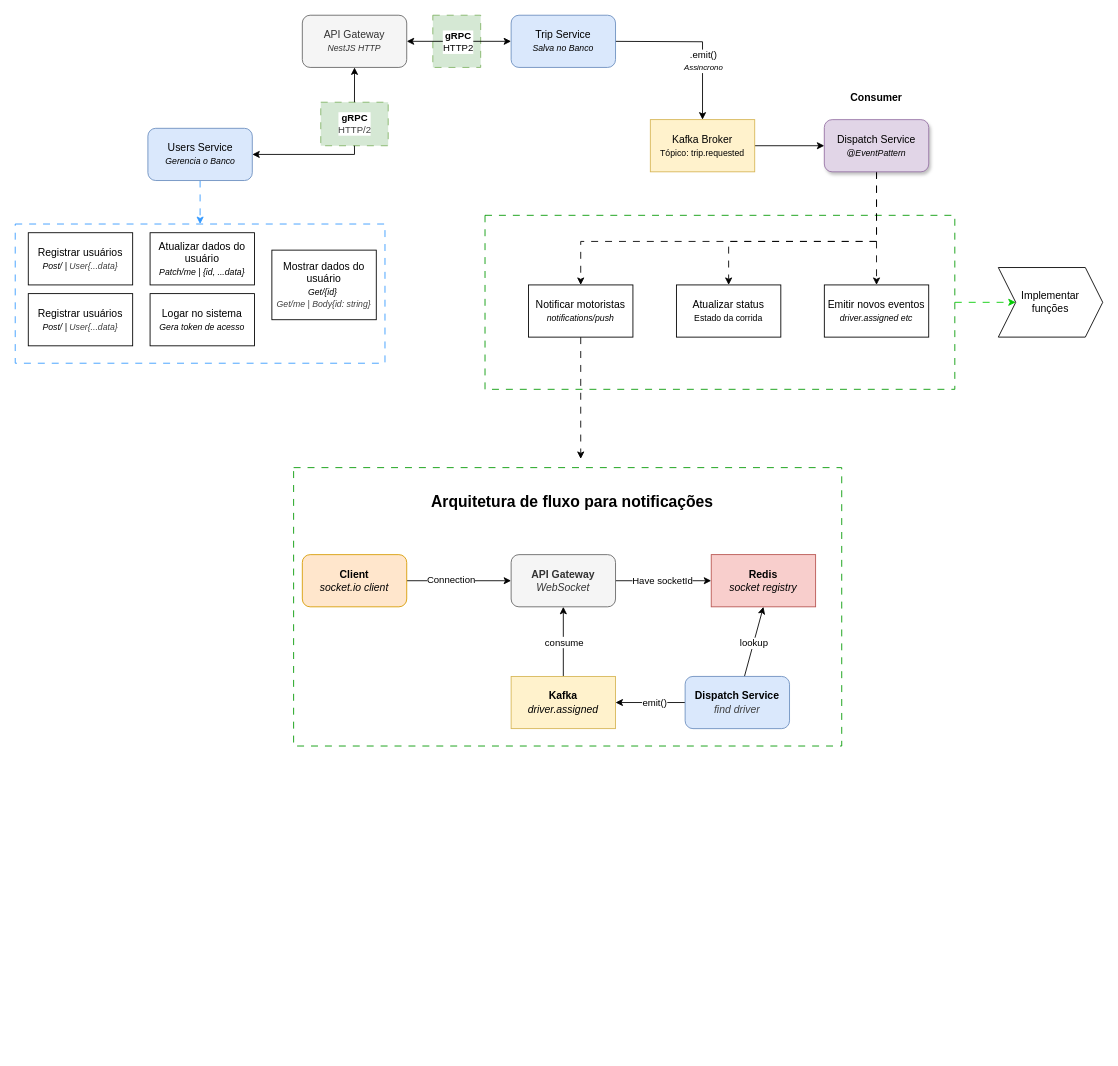
MathVans/Uber_Microsservices keeps this draw.io diagram as trip.requested.drawio. Above is the earlier version. Source tidied: cells renumbered, new cells numbered last; positions are measured from the earlier drawing's top-left corner, leaving out a move shared by most shapes. Both pictures are drawn from the tidied source at 87%, with x=0, y=0 at pixel (15, 15).
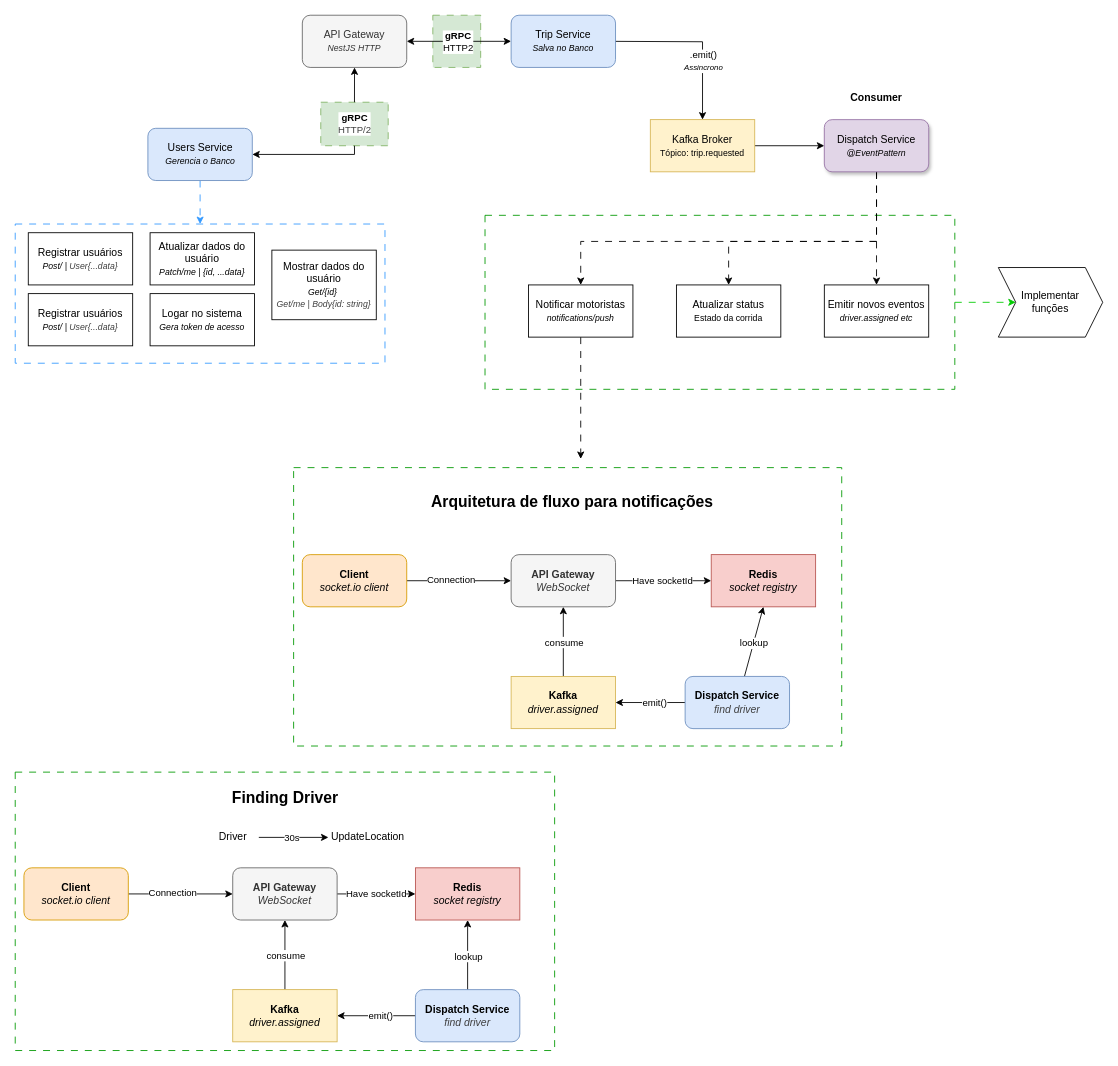
The same diagram, later.

Diff of the diagram source:
```diff
@@
+    <mxCell id="51" style="rounded=0;whiteSpace=wrap;html=1;fillColor=none;dashed=1;dashPattern=8 8;shadow=0;glass=0;perimeterSpacing=0;strokeColor=light-dark(#009900,#80FF00);strokeWidth=1;" parent="1" vertex="1">
+      <mxGeometry y="870" width="620" height="320" as="geometry" />
+    </mxCell>
+    <mxCell id="52" value="Finding Driver" style="text;html=1;align=center;verticalAlign=middle;strokeColor=none;fillColor=none;fontStyle=1;fontSize=18;" parent="1" vertex="1">
+      <mxGeometry x="240" y="880" width="140" height="40" as="geometry" />
+    </mxCell>
+    <mxCell id="53" style="edgeStyle=none;html=1;" parent="1" edge="1" source="55" target="58">
+      <mxGeometry relative="1" as="geometry" />
+    </mxCell>
+    <mxCell id="54" value="Connection" style="edgeLabel;html=1;align=center;verticalAlign=middle;labelBackgroundColor=default;" parent="53" vertex="1">
+      <mxGeometry x="-0.16" y="2" relative="1" as="geometry" />
+    </mxCell>
+    <mxCell id="55" value="&lt;b&gt;Client&lt;/b&gt;&lt;div&gt;&lt;i&gt;socket.io client&lt;/i&gt;&lt;/div&gt;" style="rounded=1;whiteSpace=wrap;html=1;fillColor=#ffe6cc;strokeColor=#d79b00;" parent="1" vertex="1">
+      <mxGeometry x="10" y="980" width="120" height="60" as="geometry" />
+    </mxCell>
+    <mxCell id="56" style="edgeStyle=none;html=1;" parent="1" edge="1" source="58" target="59">
+      <mxGeometry relative="1" as="geometry" />
+    </mxCell>
+    <mxCell id="57" value="Have socketId" style="edgeLabel;html=1;align=center;verticalAlign=middle;" parent="56" vertex="1">
+      <mxGeometry x="-0.03" y="1" relative="1" as="geometry" />
+    </mxCell>
+    <mxCell id="58" value="&lt;b&gt;API Gateway&lt;/b&gt;&lt;div&gt;&lt;i&gt;WebSocket&lt;/i&gt;&lt;/div&gt;" style="rounded=1;whiteSpace=wrap;html=1;fillColor=#f5f5f5;fontColor=#333333;strokeColor=#666666;" parent="1" vertex="1">
+      <mxGeometry x="250" y="980" width="120" height="60" as="geometry" />
+    </mxCell>
+    <mxCell id="59" value="&lt;b&gt;Redis&lt;/b&gt;&lt;div&gt;&lt;i&gt;socket registry&lt;/i&gt;&lt;/div&gt;" style="rounded=0;whiteSpace=wrap;html=1;fillColor=#f8cecc;strokeColor=#b85450;" parent="1" vertex="1">
+      <mxGeometry x="460" y="980" width="120" height="60" as="geometry" />
+    </mxCell>
+    <mxCell id="60" style="edgeStyle=none;html=1;" parent="1" edge="1" source="64" target="67">
+      <mxGeometry relative="1" as="geometry" />
+    </mxCell>
+    <mxCell id="61" value="emit()" style="edgeLabel;html=1;align=center;verticalAlign=middle;" parent="60" vertex="1">
+      <mxGeometry x="-0.1" y="-1" relative="1" as="geometry" />
+    </mxCell>
+    <mxCell id="62" style="edgeStyle=none;html=1;entryX=0.5;entryY=1;entryDx=0;entryDy=0;" parent="1" edge="1" source="64" target="59">
+      <mxGeometry relative="1" as="geometry" />
+    </mxCell>
+    <mxCell id="63" value="lookup" style="edgeLabel;html=1;align=center;verticalAlign=middle;" parent="62" vertex="1">
+      <mxGeometry x="-0.03" relative="1" as="geometry" />
+    </mxCell>
+    <mxCell id="64" value="&lt;b&gt;Dispatch Service&lt;/b&gt;&lt;div&gt;&lt;i style=&quot;color: rgb(63, 63, 63); background-color: transparent;&quot;&gt;find driver&lt;/i&gt;&lt;/div&gt;" style="rounded=1;whiteSpace=wrap;html=1;fillColor=#dae8fc;strokeColor=#6c8ebf;" parent="1" vertex="1">
+      <mxGeometry x="460" y="1120" width="120" height="60" as="geometry" />
+    </mxCell>
+    <mxCell id="65" style="edgeStyle=none;html=1;entryX=0.5;entryY=1;entryDx=0;entryDy=0;" parent="1" edge="1" source="67" target="58">
+      <mxGeometry relative="1" as="geometry" />
+    </mxCell>
+    <mxCell id="66" value="consume" style="edgeLabel;html=1;align=center;verticalAlign=middle;" parent="65" vertex="1">
+      <mxGeometry relative="1" as="geometry" />
+    </mxCell>
+    <mxCell id="67" value="&lt;b&gt;Kafka&lt;/b&gt;&lt;div&gt;&lt;i&gt;driver.assigned&lt;/i&gt;&lt;/div&gt;" style="rounded=0;whiteSpace=wrap;html=1;fillColor=#fff2cc;strokeColor=#d6b656;" parent="1" vertex="1">
+      <mxGeometry x="250" y="1120" width="120" height="60" as="geometry" />
+    </mxCell>
+    <mxCell id="68" value="Driver" style="text;html=1;align=center;verticalAlign=middle;points=[];strokeColor=none;fillColor=none;" parent="1" vertex="1">
+      <mxGeometry x="220" y="930" width="60" height="30" as="geometry" />
+    </mxCell>
+    <mxCell id="69" value="UpdateLocation" style="text;html=1;align=center;verticalAlign=middle;points=[];strokeColor=none;fillColor=none;" parent="1" vertex="1">
+      <mxGeometry x="350" y="930" width="110" height="30" as="geometry" />
+    </mxCell>
+    <mxCell id="70" style="edgeStyle=none;html=1;entryX=0.091;entryY=0.5;entryDx=0;entryDy=0;entryPerimeter=0;" parent="1" edge="1" source="68" target="69">
+      <mxGeometry relative="1" as="geometry" />
+    </mxCell>
+    <mxCell id="71" value="30s" style="edgeLabel;html=1;align=center;verticalAlign=middle;" parent="70" vertex="1">
+      <mxGeometry x="-0.07" relative="1" as="geometry" />
+    </mxCell>
```
